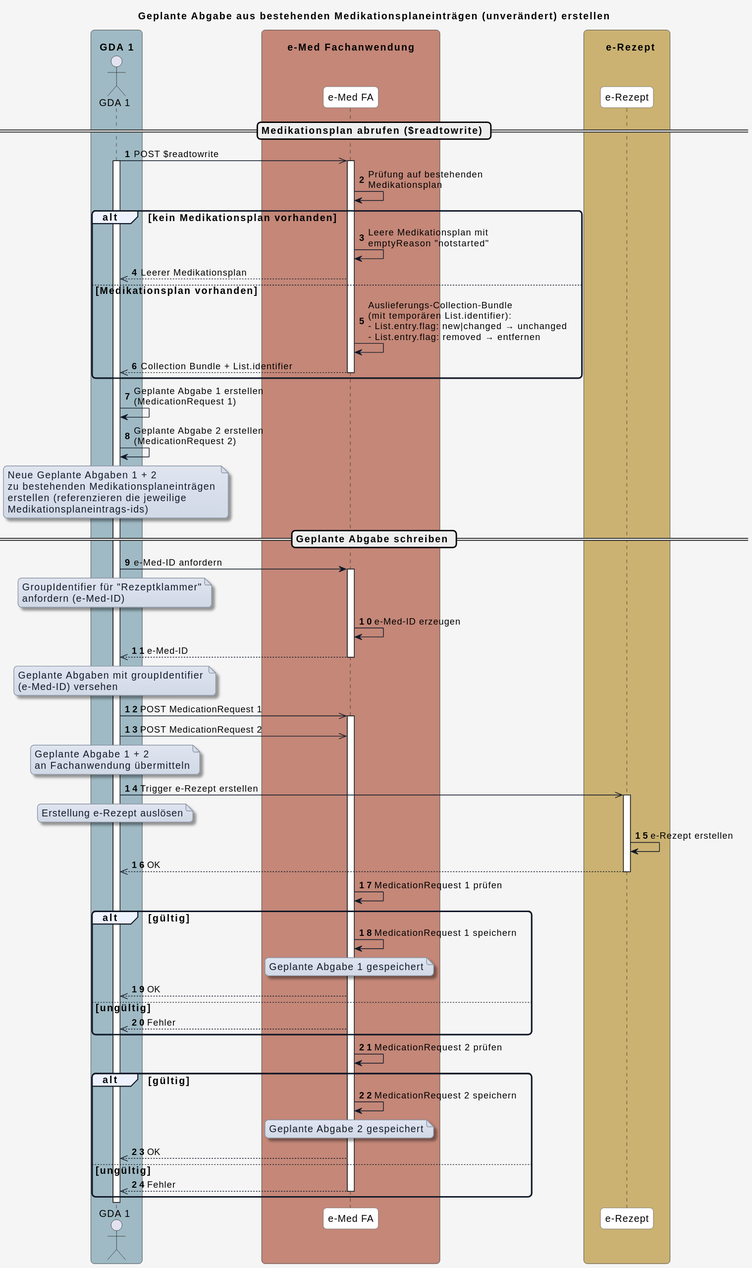
Earlier version of the PlantUML export input/images/plantuml/UC_eMed_08_01.svg (HL7Austria/ELGA-e-Medikation-R4).
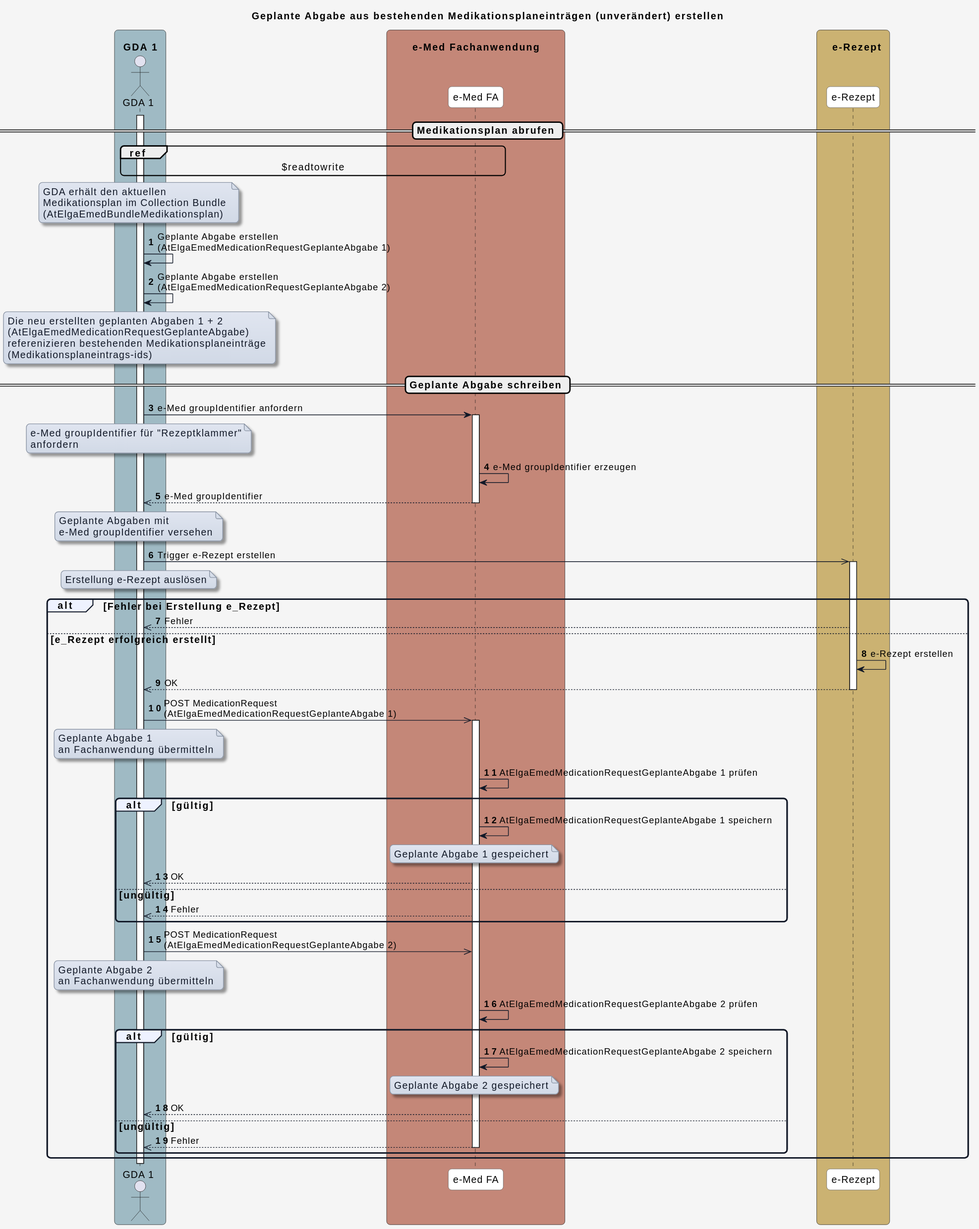
After the change.

Change to the diagram source:
```diff
@@ -54,58 +54,44 @@
 
 autonumber
 
-== Medikationsplan abrufen ($readtowrite) ==
+== Medikationsplan abrufen ==
 
-GDA_1 ->> eMed_FA: POST $readtowrite
 activate GDA_1
 
-activate eMed_FA
-eMed_FA -> eMed_FA: Prüfung auf bestehenden\nMedikationsplan
+ref over GDA_1, eMed_FA : $readtowrite
 
-alt kein Medikationsplan vorhanden
-  eMed_FA -> eMed_FA: Leere Medikationsplan mit\nemptyReason "notstarted"
-  eMed_FA -->> GDA_1: Leerer Medikationsplan
+note over GDA_1
+GDA erhält den aktuellen
+Medikationsplan im Collection Bundle
+(AtElgaEmedBundleMedikationsplan)
+end note
 
-else Medikationsplan vorhanden
-  eMed_FA -> eMed_FA: Auslieferungs-Collection-Bundle\n(mit temporären List.identifier):\n- List.entry.flag: new|changed → unchanged\n- List.entry.flag: removed → entfernen
-  eMed_FA -->> GDA_1: Collection Bundle + List.identifier
-  deactivate eMed_FA
-end
-
-GDA_1 -> GDA_1: Geplante Abgabe 1 erstellen\n(MedicationRequest 1)
-GDA_1 -> GDA_1: Geplante Abgabe 2 erstellen\n(MedicationRequest 2)
+GDA_1 -> GDA_1: Geplante Abgabe erstellen\n(AtElgaEmedMedicationRequestGeplanteAbgabe 1)
+GDA_1 -> GDA_1: Geplante Abgabe erstellen\n(AtElgaEmedMedicationRequestGeplanteAbgabe 2)
 note over GDA_1
-Neue Geplante Abgaben 1 + 2
-zu bestehenden Medikationsplaneinträgen
-erstellen (referenzieren die jeweilige
-Medikationsplaneintrags-ids)
+Die neu erstellten geplanten Abgaben 1 + 2
+(AtElgaEmedMedicationRequestGeplanteAbgabe)
+referenizieren bestehenden Medikationsplaneinträge
+(Medikationsplaneintrags-ids)
 end note
 
 == Geplante Abgabe schreiben ==
 
-GDA_1 -> eMed_FA: e-Med-ID anfordern
+GDA_1 -> eMed_FA: e-Med groupIdentifier anfordern
 
 note over GDA_1
-GroupIdentifier für "Rezeptklammer"
-anfordern (e-Med-ID)
+e-Med groupIdentifier für "Rezeptklammer"
+anfordern
 end note
 
 activate eMed_FA
-eMed_FA -> eMed_FA: e-Med-ID erzeugen
-eMed_FA -->> GDA_1: e-Med-ID
+eMed_FA -> eMed_FA: e-Med groupIdentifier erzeugen
+eMed_FA -->> GDA_1: e-Med groupIdentifier
 deactivate eMed_FA
+
 note over GDA_1
-Geplante Abgaben mit groupIdentifier
-(e-Med-ID) versehen
-end note
-
-
-GDA_1 ->> eMed_FA: POST MedicationRequest 1
-activate eMed_FA
-GDA_1 ->> eMed_FA: POST MedicationRequest 2
-note over GDA_1
-Geplante Abgabe 1 + 2
-an Fachanwendung übermitteln
+Geplante Abgaben mit
+e-Med groupIdentifier versehen
 end note
 
 GDA_1 ->> e_Rezept: Trigger e-Rezept erstellen
@@ -113,34 +99,56 @@
 Erstellung e-Rezept auslösen
 end note
 activate e_Rezept
-e_Rezept -> e_Rezept: e-Rezept erstellen
-e_Rezept -->> GDA_1: OK
-deactivate e_Rezept
 
-eMed_FA -> eMed_FA: MedicationRequest 1 prüfen
+alt Fehler bei Erstellung e_Rezept
+
+  e_Rezept -->> GDA_1: Fehler
+
+else e_Rezept erfolgreich erstellt
+  e_Rezept -> e_Rezept: e-Rezept erstellen
+  e_Rezept -->> GDA_1: OK
+  deactivate e_Rezept
+  GDA_1 ->> eMed_FA: POST MedicationRequest\n(AtElgaEmedMedicationRequestGeplanteAbgabe 1)
+  activate eMed_FA
+  note over GDA_1
+  Geplante Abgabe 1
+  an Fachanwendung übermitteln
+  end note
+
+
+eMed_FA -> eMed_FA: AtElgaEmedMedicationRequestGeplanteAbgabe 1 prüfen
 alt gültig
-  eMed_FA -> eMed_FA: MedicationRequest 1 speichern
+  eMed_FA -> eMed_FA: AtElgaEmedMedicationRequestGeplanteAbgabe 1 speichern
 
   note over eMed_FA
   Geplante Abgabe 1 gespeichert
   end note
 
   eMed_FA -->> GDA_1: OK
-else ungültig
-  eMed_FA -->> GDA_1: Fehler
-end
+  else ungültig
+    eMed_FA -->> GDA_1: Fehler
+  end
 
-eMed_FA -> eMed_FA: MedicationRequest 2 prüfen
-alt gültig
-  eMed_FA -> eMed_FA: MedicationRequest 2 speichern
-
-  note over eMed_FA
-  Geplante Abgabe 2 gespeichert
+  GDA_1 ->> eMed_FA: POST MedicationRequest\n(AtElgaEmedMedicationRequestGeplanteAbgabe 2)
+  note over GDA_1
+  Geplante Abgabe 2
+  an Fachanwendung übermitteln
   end note
 
-  eMed_FA -->> GDA_1: OK
-else ungültig
-  eMed_FA -->> GDA_1: Fehler
-  deactivate eMed_FA
+  eMed_FA -> eMed_FA: AtElgaEmedMedicationRequestGeplanteAbgabe 2 prüfen
+  alt gültig
+    eMed_FA -> eMed_FA: AtElgaEmedMedicationRequestGeplanteAbgabe 2 speichern
+
+    note over eMed_FA
+    Geplante Abgabe 2 gespeichert
+    end note
+
+    eMed_FA -->> GDA_1: OK
+  else ungültig
+    eMed_FA -->> GDA_1: Fehler
+    deactivate eMed_FA
+  end
+
+
 end
 @enduml
```
